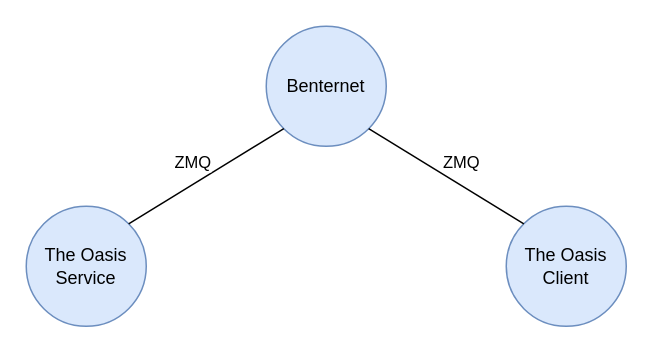
This is diagram.drawio from BrentGG/NP-ZMQ, a draw.io file, before an edit. Source tidied: cells renumbered, new cells numbered last; positions are measured from the earlier drawing's top-left corner, leaving out a move shared by most shapes. Both pictures are drawn from the tidied source at 150%, with x=0, y=0 at pixel (26, 26).
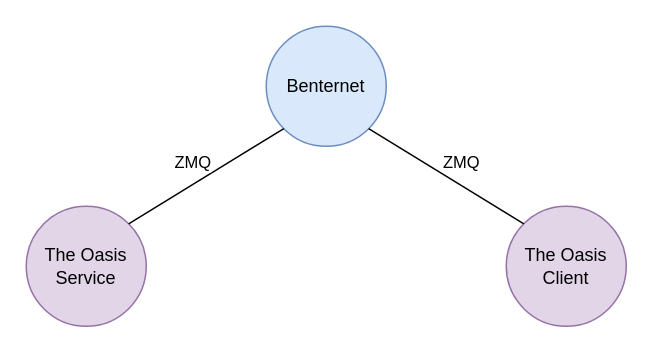
The same page after the edit.

Diff of the diagram source:
```diff
@@
 <mxGraphModel>
   <root>
     <mxCell id="0" />
     <mxCell id="1" parent="0" />
     <mxCell id="2" value="Benternet" style="ellipse;whiteSpace=wrap;html=1;fillColor=#dae8fc;strokeColor=#6c8ebf;" parent="1" vertex="1">
       <mxGeometry x="160" width="80" height="80" as="geometry" />
     </mxCell>
-    <mxCell id="3" value="The Oasis&lt;br&gt;Client" style="ellipse;whiteSpace=wrap;html=1;fillColor=#dae8fc;strokeColor=#6c8ebf;" parent="1" vertex="1">
+    <mxCell id="3" value="The Oasis&lt;br&gt;Client" style="ellipse;whiteSpace=wrap;html=1;fillColor=#e1d5e7;strokeColor=#9673a6;" parent="1" vertex="1">
       <mxGeometry x="320" y="120" width="80" height="80" as="geometry" />
     </mxCell>
-    <mxCell id="4" value="The Oasis&lt;br&gt;Service" style="ellipse;whiteSpace=wrap;html=1;fillColor=#dae8fc;strokeColor=#6c8ebf;" parent="1" vertex="1">
+    <mxCell id="4" value="The Oasis&lt;br&gt;Service" style="ellipse;whiteSpace=wrap;html=1;fillColor=#e1d5e7;strokeColor=#9673a6;" parent="1" vertex="1">
       <mxGeometry y="120" width="80" height="80" as="geometry" />
     </mxCell>
     <mxCell id="5" style="endArrow=none;html=1;rounded=0;exitX=1;exitY=0;exitDx=0;exitDy=0;entryX=0;entryY=1;entryDx=0;entryDy=0;" parent="1" edge="1" source="4" target="2">
       <mxGeometry relative="1" as="geometry" />
     </mxCell>
     <mxCell id="6" value="ZMQ" style="edgeLabel;html=1;align=center;verticalAlign=middle;" parent="5" vertex="1">
       <mxGeometry x="-0.44" y="-4" relative="1" as="geometry">
         <mxPoint x="11" y="-27" as="offset" />
       </mxGeometry>
     </mxCell>
     <mxCell id="7" style="endArrow=none;html=1;rounded=0;entryX=1;entryY=1;entryDx=0;entryDy=0;exitX=0;exitY=0;exitDx=0;exitDy=0;" parent="1" edge="1" source="3" target="2">
       <mxGeometry relative="1" as="geometry" />
     </mxCell>
     <mxCell id="8" value="ZMQ" style="edgeLabel;html=1;align=center;verticalAlign=middle;" parent="7" vertex="1">
       <mxGeometry x="-0.39" y="1" relative="1" as="geometry">
         <mxPoint x="-10" y="-23" as="offset" />
       </mxGeometry>
     </mxCell>
   </root>
 </mxGraphModel>
```
